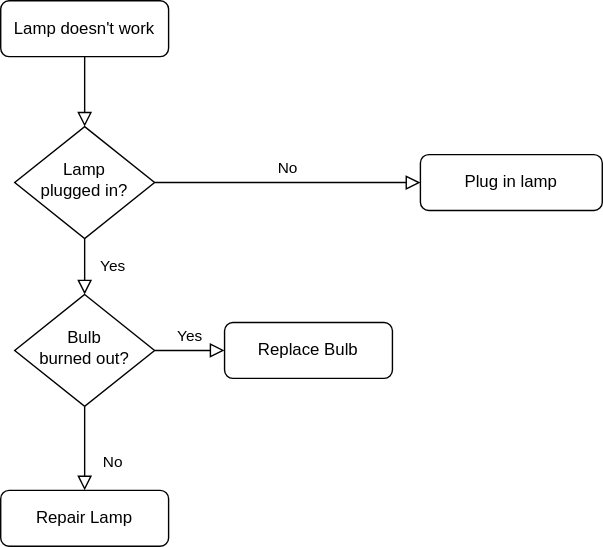
This is Untitled Diagram.drawio.svg from OPdeng/draw, a draw.io export, as it was before one commit. Source tidied: cells renumbered, new cells last; positions are measured from the earlier drawing's top-left corner, leaving out a move shared by most shapes.
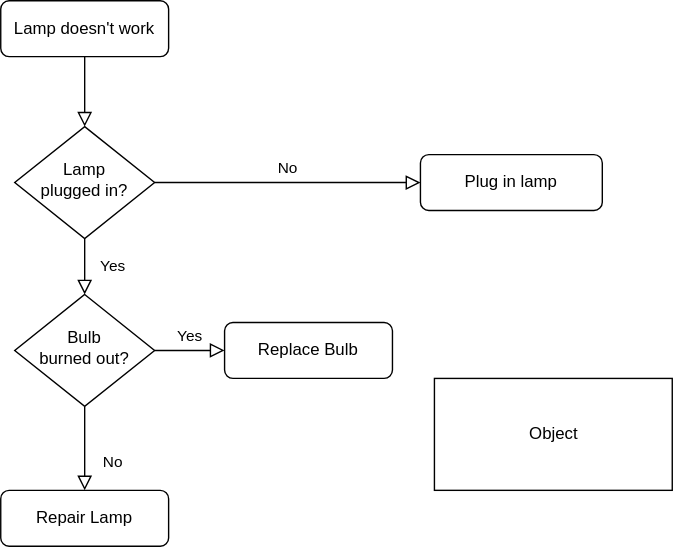
The same file after the commit.

The edit, as a diff of the source:
```diff
@@ -35,5 +35,8 @@
     <mxCell id="12" value="Replace Bulb" style="rounded=1;whiteSpace=wrap;html=1;fontSize=12;glass=0;strokeWidth=1;shadow=0;" parent="1" vertex="1">
       <mxGeometry x="160" y="230" width="120" height="40" as="geometry" />
     </mxCell>
+    <mxCell id="13" value="Object" style="html=1;" parent="1" vertex="1">
+      <mxGeometry x="310" y="270" width="170" height="80" as="geometry" />
+    </mxCell>
   </root>
 </mxGraphModel>
```
